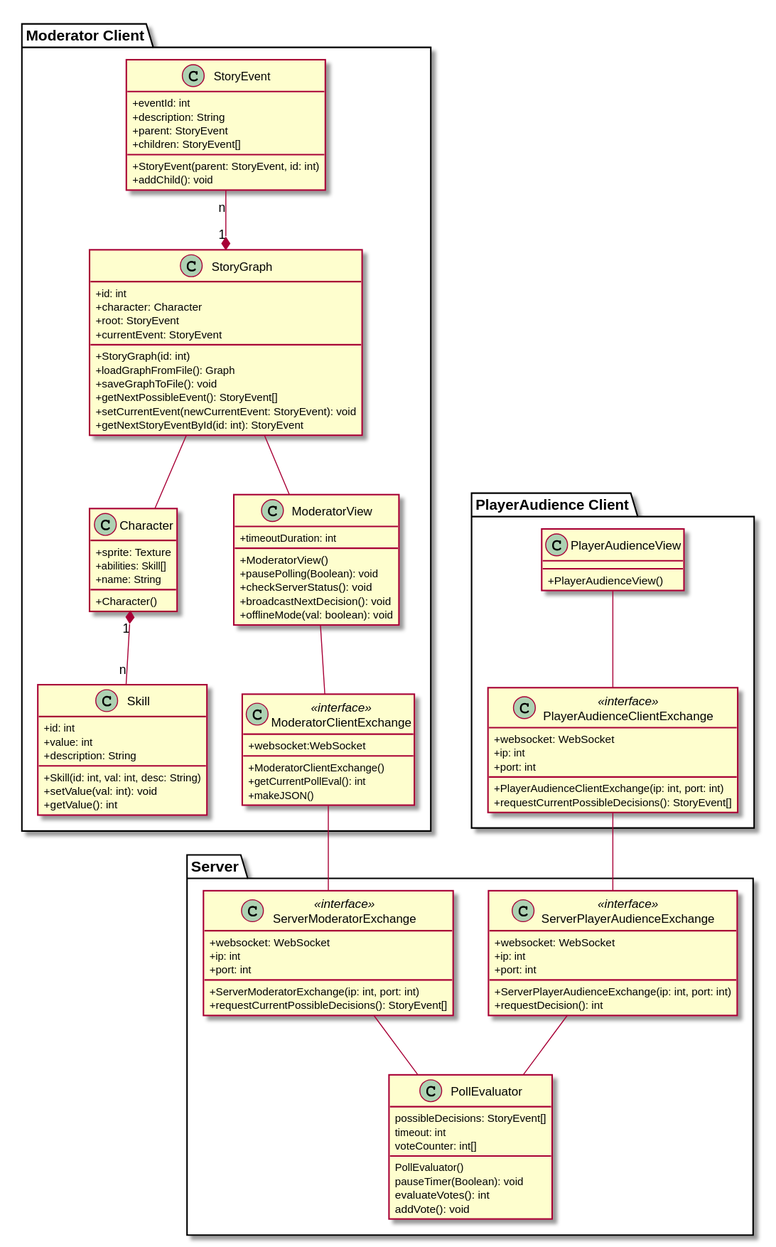
This is Docs/Technical Specifications/docs/diagrams/ClassDiagram.svg from Brotenko/QualityQuest, a PlantUML export, as it was before one commit.
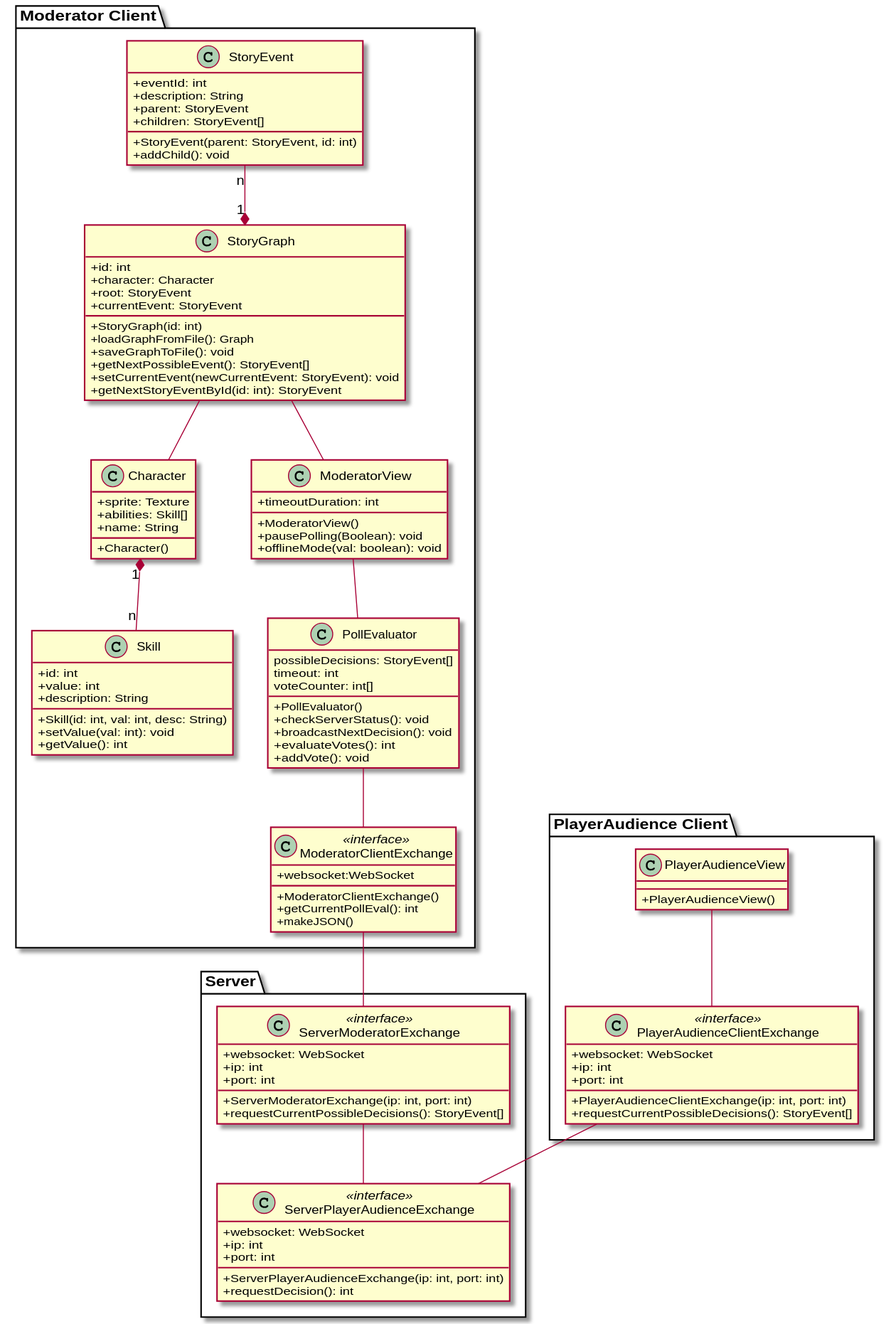
After the commit.

Commit message:
optimized Class Diagramm

The edit, as a diff of the source:
```diff
@@ -1,5 +1,4 @@
 @startuml
-
 skinparam classAttributeIconSize 0
 
 package "Moderator Client" {
@@ -46,11 +45,20 @@
     {field} +timeoutDuration: int
     {method} +ModeratorView()
     {method} +pausePolling(Boolean): void
-    {method} +checkServerStatus(): void
-    {method} +broadcastNextDecision(): void
     {method} +offlineMode(val: boolean): void
   }
 
+  class "PollEvaluator" as pe {
+
+    {field} possibleDecisions: StoryEvent[]
+    {field} timeout: int
+    {field} voteCounter: int[]
+    {method} +PollEvaluator()
+    {method} +checkServerStatus(): void
+    {method} +broadcastNextDecision(): void
+    {method} +evaluateVotes(): int
+    {method} +addVote(): void
+  }
 
   class "ModeratorClientExchange" as mcei <<interface>>{
     {field} +websocket:WebSocket
@@ -78,16 +86,6 @@
     {method} +requestDecision(): int
   }
 
-  class "PollEvaluator" as pe {
-
-    {field} possibleDecisions: StoryEvent[]
-    {field} timeout: int
-    {field} voteCounter: int[]
-    {method} PollEvaluator()
-    {method} pauseTimer(Boolean): void
-    {method} evaluateVotes(): int
-    {method} addVote(): void
-  }
 }
 
 
@@ -110,9 +108,9 @@
 StoryGraph -- mf
 StoryGraph -- Character
 Character "1" *-- "n" Skill
-mf -- mcei
-smei -- pe
-spaei -- pe
+mf -- pe
+pe -- mcei
+smei -- spaei
 pacei -up- pav
 mcei -- smei
 pacei -- spaei
```
